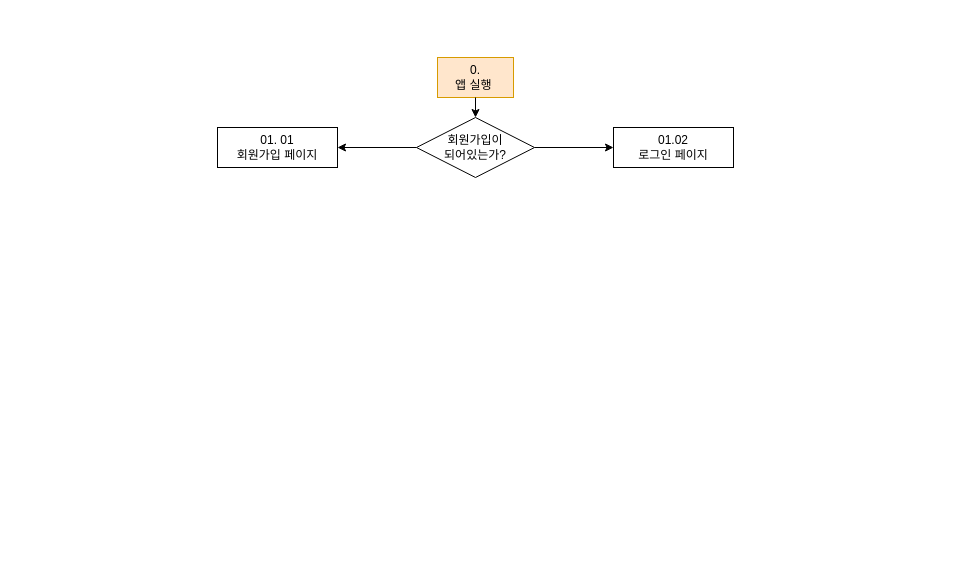
The draw.io diagram Untitled Diagram.drawio in minjung0067/JuangJuang, before the edit. Source tidied: cells renumbered, new cells numbered last; positions are measured from the earlier drawing's top-left corner, leaving out a move shared by most shapes. Both pictures are drawn from the tidied source at 100%, with x=0, y=0 at pixel (217, 57).
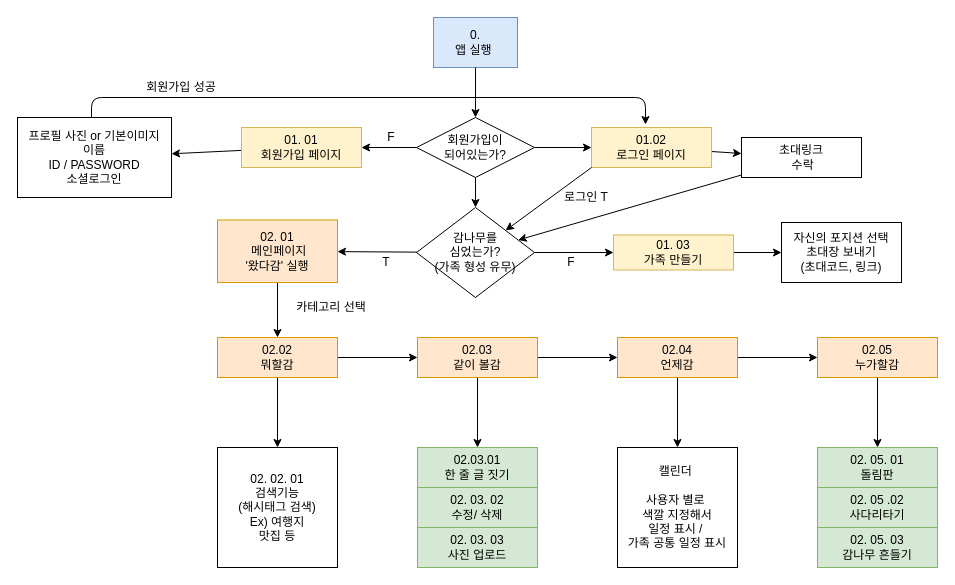
Above is the later version.

Commit message:
flow chart

The change refers to these unchanged cells:
```xml
<mxCell id="5" value="회원가입이 &lt;br&gt;되어있는가?" style="rhombus;whiteSpace=wrap;html=1;" parent="1" vertex="1">
  <mxGeometry x="199" y="60" width="118" height="60" as="geometry" />
</mxCell>
```

Change to the diagram source:
```diff
@@
-    <mxCell id="2" value="0.&lt;br&gt;앱 실행&amp;nbsp;" style="rounded=0;whiteSpace=wrap;html=1;fillColor=#ffe6cc;strokeColor=#d79b00;" parent="1" vertex="1">
-      <mxGeometry x="220" width="76" height="40" as="geometry" />
+    <mxCell id="2" value="0.&lt;br&gt;앱 실행&amp;nbsp;" style="rounded=0;whiteSpace=wrap;html=1;fillColor=#dae8fc;strokeColor=#6c8ebf;" parent="1" vertex="1">
+      <mxGeometry x="216" y="-40" width="84" height="50" as="geometry" />
     </mxCell>
@@
+    <mxCell id="9" style="edgeStyle=none;rounded=0;jettySize=auto;html=1;" parent="1" edge="1" source="5" target="15">
+      <mxGeometry relative="1" as="geometry" />
+    </mxCell>
@@
+    <mxCell id="10" style="edgeStyle=none;rounded=0;jettySize=auto;html=1;" parent="1" edge="1" source="6" target="12">
+      <mxGeometry relative="1" as="geometry" />
+    </mxCell>
-    <mxCell id="6" value="01. 01&lt;br&gt;회원가입 페이지" style="whiteSpace=wrap;html=1;" parent="1" vertex="1">
-      <mxGeometry y="70" width="120" height="40" as="geometry" />
+    <mxCell id="6" value="01. 01&lt;br&gt;회원가입 페이지" style="whiteSpace=wrap;html=1;fillColor=#fff2cc;strokeColor=#d6b656;" parent="1" vertex="1">
+      <mxGeometry x="24" y="70" width="120" height="40" as="geometry" />
     </mxCell>
+    <mxCell id="11" style="edgeStyle=none;rounded=0;jettySize=auto;html=1;" parent="1" edge="1" source="7" target="29">
+      <mxGeometry relative="1" as="geometry" />
+    </mxCell>
-    <mxCell id="7" value="01.02&lt;br&gt;로그인 페이지" style="whiteSpace=wrap;html=1;" parent="1" vertex="1">
-      <mxGeometry x="396" y="70" width="120" height="40" as="geometry" />
+    <mxCell id="7" value="01.02&lt;br&gt;로그인 페이지" style="whiteSpace=wrap;html=1;fillColor=#fff2cc;strokeColor=#d6b656;" parent="1" vertex="1">
+      <mxGeometry x="374" y="70" width="120" height="40" as="geometry" />
     </mxCell>
-    <mxCell id="8" style="endArrow=classic;html=1;" parent="1" edge="1" target="5">
-      <mxGeometry relative="1" as="geometry">
-        <mxPoint x="258" y="40" as="sourcePoint" />
-      </mxGeometry>
-    </mxCell>
+    <mxCell id="12" value="프로필 사진 or 기본이미지&lt;br&gt;이름&lt;br&gt;ID / PASSWORD&lt;br&gt;소셜로그인" style="whiteSpace=wrap;html=1;" parent="1" vertex="1">
+      <mxGeometry x="-200" y="60" width="154" height="80" as="geometry" />
+    </mxCell>
+    <mxCell id="13" style="edgeStyle=none;rounded=0;jettySize=auto;html=1;" parent="1" edge="1" source="15" target="17">
+      <mxGeometry relative="1" as="geometry" />
+    </mxCell>
+    <mxCell id="14" style="edgeStyle=none;rounded=0;jettySize=auto;html=1;" parent="1" edge="1" source="15" target="19">
+      <mxGeometry relative="1" as="geometry" />
+    </mxCell>
+    <mxCell id="15" value="감나무를 &lt;br&gt;심었는가?&lt;br&gt;(가족 형성 유무)" style="rhombus;whiteSpace=wrap;html=1;" parent="1" vertex="1">
+      <mxGeometry x="199" y="150" width="118" height="90" as="geometry" />
+    </mxCell>
+    <mxCell id="16" style="edgeStyle=none;rounded=0;jettySize=auto;html=1;" parent="1" edge="1" source="17" target="33">
+      <mxGeometry relative="1" as="geometry" />
+    </mxCell>
+    <mxCell id="17" value="02. 01&lt;br&gt;&amp;nbsp;메인페이지 &lt;br&gt;'왔다감'&amp;nbsp;실행" style="whiteSpace=wrap;html=1;fillColor=#ffe6cc;strokeColor=#d79b00;" parent="1" vertex="1">
+      <mxGeometry y="162.5" width="120" height="62.5" as="geometry" />
+    </mxCell>
+    <mxCell id="18" style="edgeStyle=none;rounded=0;jettySize=auto;html=1;" parent="1" edge="1" source="19" target="30">
+      <mxGeometry relative="1" as="geometry" />
+    </mxCell>
+    <mxCell id="19" value="01. 03&lt;br&gt;가족 만들기" style="whiteSpace=wrap;html=1;fillColor=#fff2cc;strokeColor=#d6b656;" parent="1" vertex="1">
+      <mxGeometry x="396" y="177.5" width="120" height="35" as="geometry" />
+    </mxCell>
+    <mxCell id="20" style="endArrow=classic;html=1;" parent="1" edge="1" target="15">
+      <mxGeometry relative="1" as="geometry">
+        <mxPoint x="374" y="110" as="sourcePoint" />
+        <Array as="points">
+          <mxPoint x="374" y="110" />
+        </Array>
+      </mxGeometry>
+    </mxCell>
+    <mxCell id="21" value="로그인 T" style="text;html=1;strokeColor=none;fillColor=none;align=center;verticalAlign=middle;whiteSpace=wrap;rounded=0;" parent="1" vertex="1">
+      <mxGeometry x="324" y="130" width="90" height="20" as="geometry" />
+    </mxCell>
+    <mxCell id="22" value="T" style="text;html=1;strokeColor=none;fillColor=none;align=center;verticalAlign=middle;whiteSpace=wrap;rounded=0;" parent="1" vertex="1">
+      <mxGeometry x="139" y="195" width="60" height="20" as="geometry" />
+    </mxCell>
+    <mxCell id="23" value="F" style="text;html=1;strokeColor=none;fillColor=none;align=center;verticalAlign=middle;whiteSpace=wrap;rounded=0;" parent="1" vertex="1">
+      <mxGeometry x="144" y="70" width="60" height="20" as="geometry" />
+    </mxCell>
+    <mxCell id="24" style="endArrow=classic;html=1;entryX=0.45;entryY=-0.075;entryDx=0;entryDy=0;entryPerimeter=0;" parent="1" edge="1" target="7">
+      <mxGeometry relative="1" as="geometry">
+        <mxPoint x="-126" y="60" as="sourcePoint" />
+        <Array as="points">
+          <mxPoint x="-126" y="40" />
+          <mxPoint x="428" y="40" />
+        </Array>
+      </mxGeometry>
+    </mxCell>
+    <mxCell id="25" style="endArrow=classic;html=1;" parent="1" edge="1">
+      <mxGeometry relative="1" as="geometry">
+        <mxPoint x="258" y="10" as="sourcePoint" />
+        <mxPoint x="258" y="60" as="targetPoint" />
+      </mxGeometry>
+    </mxCell>
+    <mxCell id="26" value="회원가입 성공" style="text;html=1;strokeColor=none;fillColor=none;align=center;verticalAlign=middle;whiteSpace=wrap;rounded=0;" parent="1" vertex="1">
+      <mxGeometry x="-86" y="20" width="100" height="20" as="geometry" />
+    </mxCell>
+    <mxCell id="27" value="F" style="text;html=1;strokeColor=none;fillColor=none;align=center;verticalAlign=middle;whiteSpace=wrap;rounded=0;" parent="1" vertex="1">
+      <mxGeometry x="324" y="195" width="60" height="20" as="geometry" />
+    </mxCell>
+    <mxCell id="28" style="edgeStyle=none;rounded=0;jettySize=auto;html=1;" parent="1" edge="1" source="29" target="15">
+      <mxGeometry relative="1" as="geometry" />
+    </mxCell>
+    <mxCell id="29" value="초대링크&lt;br&gt;&amp;nbsp;수락" style="rounded=0;whiteSpace=wrap;html=1;" parent="1" vertex="1">
+      <mxGeometry x="524" y="80" width="120" height="40" as="geometry" />
+    </mxCell>
+    <mxCell id="30" value="자신의 포지션 선택&lt;br&gt;초대장 보내기&lt;br&gt;(초대코드, 링크)" style="whiteSpace=wrap;html=1;" parent="1" vertex="1">
+      <mxGeometry x="564" y="165" width="120" height="60" as="geometry" />
+    </mxCell>
+    <mxCell id="31" style="edgeStyle=none;rounded=0;jettySize=auto;html=1;" parent="1" edge="1" source="33" target="36">
+      <mxGeometry relative="1" as="geometry" />
+    </mxCell>
+    <mxCell id="32" style="edgeStyle=none;rounded=0;jettySize=auto;html=1;" parent="1" edge="1" source="33" target="43">
+      <mxGeometry relative="1" as="geometry" />
+    </mxCell>
+    <mxCell id="33" value="02.02&lt;br&gt;뭐할감" style="whiteSpace=wrap;html=1;fillColor=#ffe6cc;strokeColor=#d79b00;" parent="1" vertex="1">
+      <mxGeometry y="280" width="120" height="40" as="geometry" />
+    </mxCell>
+    <mxCell id="34" style="edgeStyle=none;rounded=0;jettySize=auto;html=1;" parent="1" edge="1" source="36" target="39">
+      <mxGeometry relative="1" as="geometry" />
+    </mxCell>
+    <mxCell id="35" style="edgeStyle=none;rounded=0;jettySize=auto;html=1;" parent="1" edge="1" source="36" target="45">
+      <mxGeometry relative="1" as="geometry" />
+    </mxCell>
+    <mxCell id="36" value="02.03 &lt;br&gt;같이 볼감" style="whiteSpace=wrap;html=1;fillColor=#ffe6cc;strokeColor=#d79b00;" parent="1" vertex="1">
+      <mxGeometry x="200" y="280" width="120" height="40" as="geometry" />
+    </mxCell>
+    <mxCell id="37" style="edgeStyle=none;rounded=0;jettySize=auto;html=1;" parent="1" edge="1" source="39" target="41">
+      <mxGeometry relative="1" as="geometry" />
+    </mxCell>
+    <mxCell id="38" style="edgeStyle=none;rounded=0;jettySize=auto;html=1;" parent="1" edge="1" source="39" target="49">
+      <mxGeometry relative="1" as="geometry" />
+    </mxCell>
+    <mxCell id="39" value="02.04&lt;br&gt;언제감" style="whiteSpace=wrap;html=1;fillColor=#ffe6cc;strokeColor=#d79b00;" parent="1" vertex="1">
+      <mxGeometry x="400" y="280" width="120" height="40" as="geometry" />
+    </mxCell>
+    <mxCell id="40" style="edgeStyle=none;rounded=0;jettySize=auto;html=1;" parent="1" edge="1" source="41" target="51">
+      <mxGeometry relative="1" as="geometry" />
+    </mxCell>
+    <mxCell id="41" value="02.05&lt;br&gt;누가할감" style="whiteSpace=wrap;html=1;fillColor=#ffe6cc;strokeColor=#d79b00;" parent="1" vertex="1">
+      <mxGeometry x="600" y="280" width="120" height="40" as="geometry" />
+    </mxCell>
+    <mxCell id="42" value="카테고리 선택&lt;br&gt;" style="text;html=1;strokeColor=none;fillColor=none;align=center;verticalAlign=middle;whiteSpace=wrap;rounded=0;" parent="1" vertex="1">
+      <mxGeometry x="64" y="240" width="100" height="20" as="geometry" />
+    </mxCell>
+    <mxCell id="43" value="02. 02. 01&lt;br&gt;검색기능&lt;br&gt;(해시태그 검색)&lt;br&gt;Ex) 여행지&lt;br&gt;맛집 등" style="whiteSpace=wrap;html=1;" parent="1" vertex="1">
+      <mxGeometry y="390" width="120" height="120" as="geometry" />
+    </mxCell>
+    <mxCell id="44" style="edgeStyle=none;rounded=0;jettySize=auto;html=1;" parent="1" edge="1" source="45" target="47">
+      <mxGeometry relative="1" as="geometry" />
+    </mxCell>
+    <mxCell id="45" value="02.03.01&lt;br&gt;한 줄 글 짓기" style="whiteSpace=wrap;html=1;fillColor=#d5e8d4;strokeColor=#82b366;" parent="1" vertex="1">
+      <mxGeometry x="200" y="390" width="120" height="40" as="geometry" />
+    </mxCell>
+    <mxCell id="46" style="edgeStyle=none;rounded=0;jettySize=auto;html=1;" parent="1" edge="1" source="47" target="48">
+      <mxGeometry relative="1" as="geometry" />
+    </mxCell>
+    <mxCell id="47" value="02. 03. 02&lt;br&gt;수정/ 삭제" style="whiteSpace=wrap;html=1;fillColor=#d5e8d4;strokeColor=#82b366;" parent="1" vertex="1">
+      <mxGeometry x="200" y="430" width="120" height="40" as="geometry" />
+    </mxCell>
+    <mxCell id="48" value="02. 03. 03&lt;br&gt;사진 업로드" style="whiteSpace=wrap;html=1;fillColor=#d5e8d4;strokeColor=#82b366;" parent="1" vertex="1">
+      <mxGeometry x="200" y="470" width="120" height="40" as="geometry" />
+    </mxCell>
+    <mxCell id="49" value="캘린더&amp;nbsp;&lt;br&gt;&lt;br&gt;사용자 별로&amp;nbsp;&lt;br&gt;색깔 지정해서&lt;br&gt;일정 표시 /&amp;nbsp;&lt;br&gt;가족 공통 일정 표시&lt;br&gt;" style="whiteSpace=wrap;html=1;" parent="1" vertex="1">
+      <mxGeometry x="400" y="390" width="120" height="120" as="geometry" />
+    </mxCell>
+    <mxCell id="50" style="edgeStyle=none;rounded=0;jettySize=auto;html=1;" parent="1" edge="1" source="51" target="53">
+      <mxGeometry relative="1" as="geometry" />
+    </mxCell>
+    <mxCell id="51" value="02. 05. 01&lt;br&gt;돌림판" style="whiteSpace=wrap;html=1;fillColor=#d5e8d4;strokeColor=#82b366;" parent="1" vertex="1">
+      <mxGeometry x="600" y="390" width="120" height="40" as="geometry" />
+    </mxCell>
+    <mxCell id="52" style="edgeStyle=none;rounded=0;jettySize=auto;html=1;" parent="1" edge="1" source="53" target="54">
+      <mxGeometry relative="1" as="geometry" />
+    </mxCell>
+    <mxCell id="53" value="02. 05 .02&lt;br&gt;사다리타기" style="whiteSpace=wrap;html=1;fillColor=#d5e8d4;strokeColor=#82b366;" parent="1" vertex="1">
+      <mxGeometry x="600" y="430" width="120" height="40" as="geometry" />
+    </mxCell>
+    <mxCell id="54" value="02. 05. 03&lt;br&gt;감나무 흔들기" style="whiteSpace=wrap;html=1;fillColor=#d5e8d4;strokeColor=#82b366;" parent="1" vertex="1">
+      <mxGeometry x="600" y="470" width="120" height="40" as="geometry" />
+    </mxCell>
```
